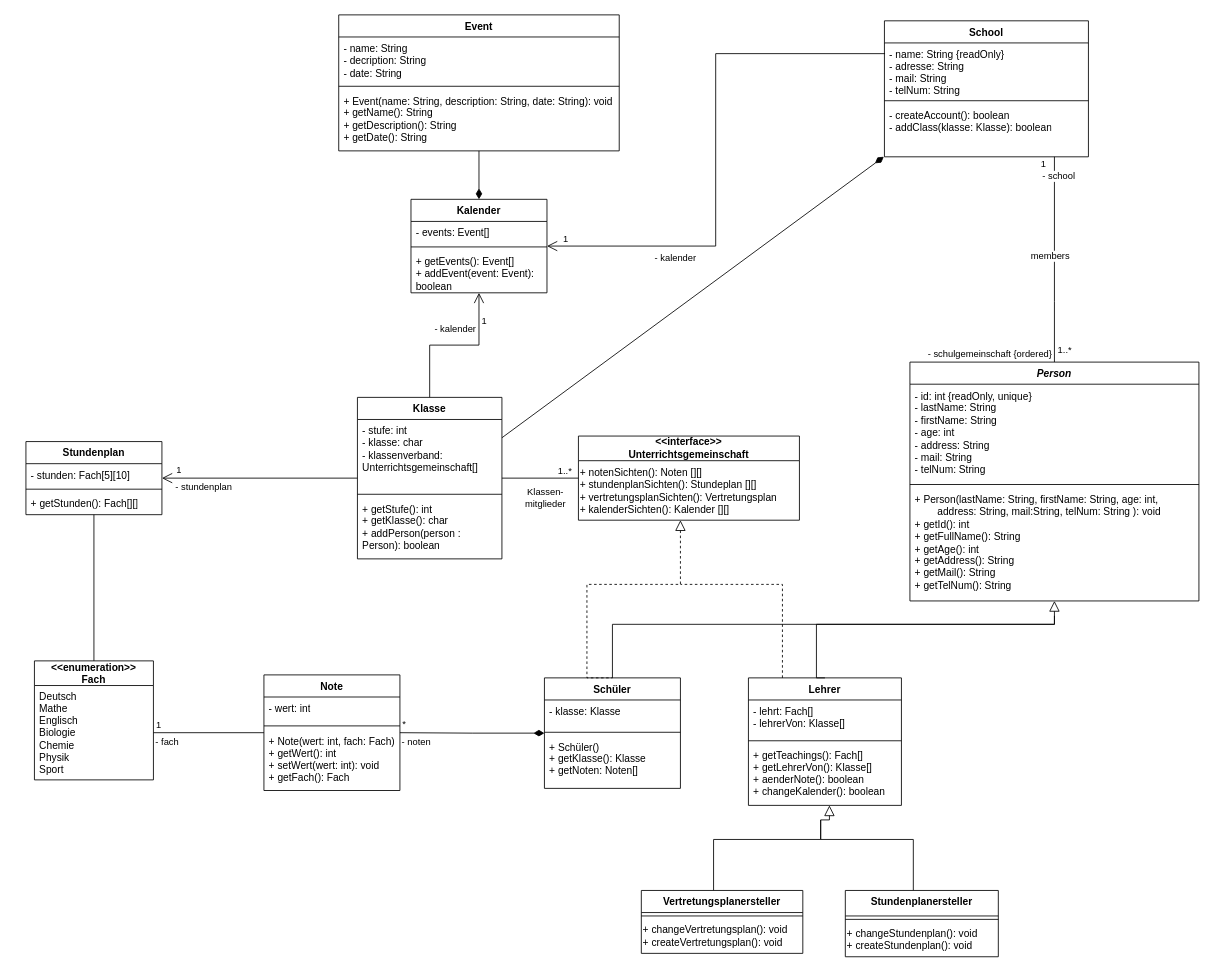
This is ClassDiagram.drawio from TrainFan1804/SchulverwaltungUML, a draw.io file, before an edit. Source tidied: cells renumbered, new cells numbered last; positions are measured from the earlier drawing's top-left corner, leaving out a move shared by most shapes. Both pictures are drawn from the tidied source at 85%, with x=0, y=0 at pixel (26, 14).
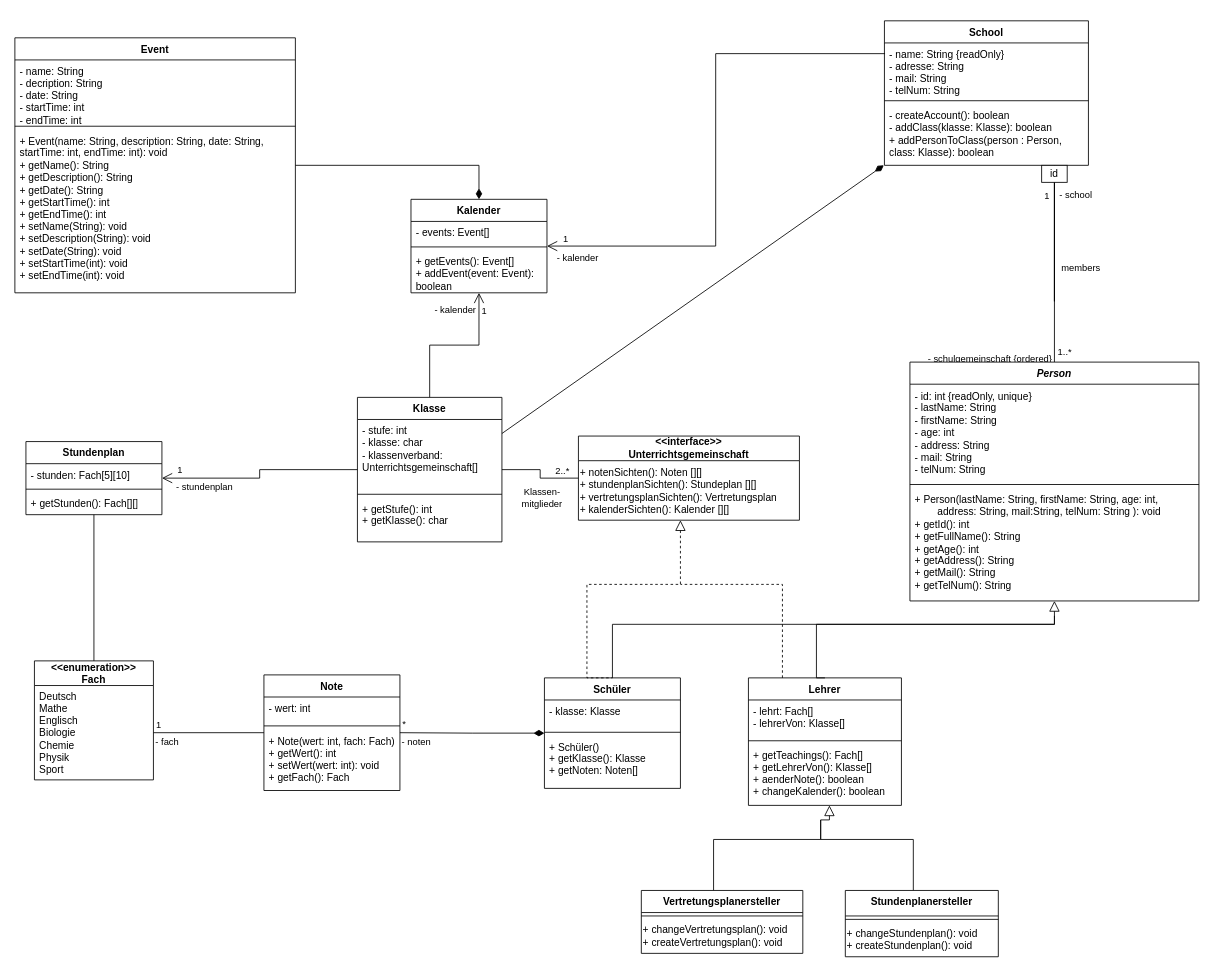
The same page after the edit.

Unchanged cells that the change refers to:
```xml
<mxCell id="29" style="edgeStyle=orthogonalEdgeStyle;rounded=0;jettySize=auto;html=1;entryX=1;entryY=0.5;entryDx=0;entryDy=0;endArrow=open;endFill=0;endSize=10;exitX=0.003;exitY=0.197;exitDx=0;exitDy=0;exitPerimeter=0;startSize=10;" parent="1" edge="1" source="40" target="53">
  <mxGeometry relative="1" as="geometry" />
</mxCell>
<mxCell id="43" style="edgeStyle=orthogonalEdgeStyle;rounded=0;jettySize=auto;html=1;entryX=0.5;entryY=1;entryDx=0;entryDy=0;endArrow=open;endFill=0;endSize=10;" parent="1" edge="1" source="49" target="53">
  <mxGeometry relative="1" as="geometry" />
</mxCell>
<mxCell id="64" value="&lt;i&gt;Person&lt;/i&gt;" style="swimlane;fontStyle=1;align=center;verticalAlign=top;horizontal=1;startSize=26;whiteSpace=wrap;html=1;" parent="1" vertex="1">
  <mxGeometry x="1040" y="408.5" width="340" height="281" as="geometry" />
</mxCell>
<mxCell id="71" style="edgeStyle=orthogonalEdgeStyle;rounded=0;jettySize=auto;html=1;entryX=1;entryY=0.5;entryDx=0;entryDy=0;endArrow=none;endFill=0;" parent="1" edge="1" source="74" target="49">
  <mxGeometry relative="1" as="geometry" />
</mxCell>
```

Change to the diagram source:
```diff
@@
     <mxCell id="31" value="- kalender" style="edgeLabel;html=1;align=center;verticalAlign=middle;" parent="29" vertex="1">
       <mxGeometry x="0.47" y="1" relative="1" as="geometry">
-        <mxPoint x="-15" y="12" as="offset" />
+        <mxPoint x="-130" y="12" as="offset" />
       </mxGeometry>
     </mxCell>
-    <mxCell id="32" style="edgeStyle=orthogonalEdgeStyle;rounded=0;jettySize=auto;html=1;entryX=0.5;entryY=0;entryDx=0;entryDy=0;strokeColor=default;align=center;verticalAlign=middle;fontFamily=Helvetica;fontSize=11;fontColor=default;labelBackgroundColor=default;endArrow=none;endFill=0;endSize=10;" parent="1" edge="1" source="39" target="64">
-      <mxGeometry relative="1" as="geometry">
-        <Array as="points">
-          <mxPoint x="1210" y="337" />
-        </Array>
-      </mxGeometry>
+    <mxCell id="32" style="edgeStyle=orthogonalEdgeStyle;rounded=0;jettySize=auto;html=1;entryX=0.5;entryY=0;entryDx=0;entryDy=0;strokeColor=default;align=center;verticalAlign=middle;fontFamily=Helvetica;fontSize=11;fontColor=default;labelBackgroundColor=default;endArrow=none;endFill=0;endSize=10;" parent="1" edge="1" source="82" target="64">
+      <mxGeometry relative="1" as="geometry" />
     </mxCell>
@@
-    <mxCell id="35" value="- school" style="edgeLabel;html=1;align=center;verticalAlign=middle;" parent="32" vertex="1">
-      <mxGeometry x="-0.88" y="-1" relative="1" as="geometry">
-        <mxPoint x="5" y="8" as="offset" />
-      </mxGeometry>
-    </mxCell>
-    <mxCell id="36" value="1" style="edgeLabel;html=1;align=center;verticalAlign=middle;" parent="32" vertex="1">
-      <mxGeometry x="-0.86" relative="1" as="geometry">
-        <mxPoint x="-14" y="-10" as="offset" />
-      </mxGeometry>
-    </mxCell>
     <mxCell id="37" value="members" style="edgeLabel;html=1;align=center;verticalAlign=middle;" parent="32" vertex="1">
       <mxGeometry x="0.04" relative="1" as="geometry">
-        <mxPoint x="-6" y="-10" as="offset" />
+        <mxPoint x="30" y="-10" as="offset" />
       </mxGeometry>
     </mxCell>
@@
     <mxCell id="39" value="School" style="swimlane;fontStyle=1;align=center;verticalAlign=top;horizontal=1;startSize=26;whiteSpace=wrap;html=1;" parent="1" vertex="1">
-      <mxGeometry x="1010" y="7" width="240" height="160" as="geometry" />
+      <mxGeometry x="1010" y="7" width="240" height="170" as="geometry" />
     </mxCell>
@@
-    <mxCell id="42" value="&lt;div&gt;&lt;span style=&quot;background-color: initial;&quot;&gt;- createAccount(): boolean&lt;/span&gt;&lt;br&gt;&lt;/div&gt;&lt;div&gt;- addClass(klasse: Klasse): boolean&lt;/div&gt;" style="text;strokeColor=none;fillColor=none;align=left;verticalAlign=top;spacingLeft=4;spacingRight=4;overflow=hidden;points=[[0,0.5],[1,0.5]];portConstraint=eastwest;whiteSpace=wrap;html=1;" parent="39" vertex="1">
-      <mxGeometry y="98" width="240" height="62" as="geometry" />
+    <mxCell id="42" value="&lt;div&gt;&lt;span style=&quot;background-color: initial;&quot;&gt;- createAccount(): boolean&lt;/span&gt;&lt;br&gt;&lt;/div&gt;&lt;div&gt;- addClass(klasse: Klasse): boolean&lt;/div&gt;&lt;div&gt;+&lt;span style=&quot;background-color: initial;&quot;&gt;&amp;nbsp;addPersonToClass(person : Person, class: Klasse): boolean&lt;/span&gt;&lt;/div&gt;" style="text;strokeColor=none;fillColor=none;align=left;verticalAlign=top;spacingLeft=4;spacingRight=4;overflow=hidden;points=[[0,0.5],[1,0.5]];portConstraint=eastwest;whiteSpace=wrap;html=1;" parent="39" vertex="1">
+      <mxGeometry y="98" width="240" height="72" as="geometry" />
     </mxCell>
@@
     <mxCell id="44" value="1" style="edgeLabel;html=1;align=center;verticalAlign=middle;fontFamily=Helvetica;fontSize=11;fontColor=default;labelBackgroundColor=default;" parent="43" vertex="1">
       <mxGeometry x="0.65" y="-1" relative="1" as="geometry">
-        <mxPoint x="4" as="offset" />
+        <mxPoint x="4" y="-12" as="offset" />
       </mxGeometry>
     </mxCell>
     <mxCell id="45" value="- kalender" style="edgeLabel;html=1;align=center;verticalAlign=middle;" parent="43" vertex="1">
       <mxGeometry x="0.32" y="1" relative="1" as="geometry">
-        <mxPoint x="-28" y="-18" as="offset" />
+        <mxPoint x="-28" y="-41" as="offset" />
       </mxGeometry>
     </mxCell>
@@
     <mxCell id="49" value="Klasse" style="swimlane;fontStyle=1;align=center;verticalAlign=top;horizontal=1;startSize=26;whiteSpace=wrap;html=1;" parent="1" vertex="1">
-      <mxGeometry x="390" y="450" width="170" height="190" as="geometry" />
+      <mxGeometry x="390" y="450" width="170" height="170" as="geometry" />
     </mxCell>
@@
-    <mxCell id="52" value="&lt;div&gt;+ getStufe(): int&lt;/div&gt;&lt;div&gt;+ getKlasse(): char&lt;br&gt;&lt;/div&gt;&lt;div&gt;+ addPerson(person : Person): boolean&lt;/div&gt;" style="text;strokeColor=none;fillColor=none;align=left;verticalAlign=top;spacingLeft=4;spacingRight=4;overflow=hidden;whiteSpace=wrap;html=1;" parent="49" vertex="1">
-      <mxGeometry y="118" width="170" height="72" as="geometry" />
+    <mxCell id="52" value="&lt;div&gt;+ getStufe(): int&lt;/div&gt;&lt;div&gt;+ getKlasse(): char&lt;br&gt;&lt;/div&gt;&lt;div&gt;&lt;br&gt;&lt;/div&gt;" style="text;strokeColor=none;fillColor=none;align=left;verticalAlign=top;spacingLeft=4;spacingRight=4;overflow=hidden;whiteSpace=wrap;html=1;" parent="49" vertex="1">
+      <mxGeometry y="118" width="170" height="52" as="geometry" />
     </mxCell>
@@
-    <mxCell id="72" value="1..*" style="edgeLabel;html=1;align=center;verticalAlign=middle;fontFamily=Helvetica;fontSize=11;fontColor=default;labelBackgroundColor=default;" parent="71" vertex="1">
+    <mxCell id="72" value="2..*" style="edgeLabel;html=1;align=center;verticalAlign=middle;fontFamily=Helvetica;fontSize=11;fontColor=default;labelBackgroundColor=default;" parent="71" vertex="1">
       <mxGeometry x="-0.41" y="2" relative="1" as="geometry">
         <mxPoint x="10" y="-11" as="offset" />
       </mxGeometry>
     </mxCell>
@@
     <mxCell id="77" value="&lt;div&gt;Event&lt;/div&gt;" style="swimlane;fontStyle=1;align=center;verticalAlign=top;horizontal=1;startSize=26;whiteSpace=wrap;html=1;" parent="1" vertex="1">
-      <mxGeometry x="368" width="330" height="160" as="geometry" />
+      <mxGeometry x="-13" y="27" width="330" height="300" as="geometry" />
     </mxCell>
-    <mxCell id="78" value="- name: String&lt;div&gt;- decription: String&lt;/div&gt;&lt;div&gt;- date: String&lt;/div&gt;" style="text;strokeColor=none;fillColor=none;align=left;verticalAlign=top;spacingLeft=4;spacingRight=4;overflow=hidden;whiteSpace=wrap;html=1;" parent="77" vertex="1">
-      <mxGeometry y="26" width="330" height="54" as="geometry" />
+    <mxCell id="78" value="- name: String&lt;div&gt;- decription: String&lt;/div&gt;&lt;div&gt;- date: String&lt;/div&gt;&lt;div&gt;- startTime: int&lt;/div&gt;&lt;div&gt;- endTime: int&lt;/div&gt;" style="text;strokeColor=none;fillColor=none;align=left;verticalAlign=top;spacingLeft=4;spacingRight=4;overflow=hidden;whiteSpace=wrap;html=1;" parent="77" vertex="1">
+      <mxGeometry y="26" width="330" height="74" as="geometry" />
     </mxCell>
     <mxCell id="79" style="line;strokeWidth=1;fillColor=none;align=left;verticalAlign=middle;spacingTop=-1;spacingLeft=3;spacingRight=3;labelPosition=right;strokeColor=inherit;" parent="77" vertex="1">
-      <mxGeometry y="80" width="330" height="8" as="geometry" />
+      <mxGeometry y="100" width="330" height="8" as="geometry" />
     </mxCell>
-    <mxCell id="80" value="&lt;div&gt;+ Event(name: String, description: String, date: String): void&lt;br&gt;&lt;/div&gt;&lt;div&gt;+ getName(): String&lt;/div&gt;&lt;div&gt;+ getDescription(): String&lt;/div&gt;&lt;div&gt;+ getDate(): String&lt;br&gt;&lt;/div&gt;" style="text;strokeColor=none;fillColor=none;align=left;verticalAlign=top;spacingLeft=4;spacingRight=4;overflow=hidden;whiteSpace=wrap;html=1;" parent="77" vertex="1">
-      <mxGeometry y="88" width="330" height="72" as="geometry" />
+    <mxCell id="80" value="&lt;div&gt;+ Event(name: String, description: String, date: String, startTime: int, endTime: int): void&lt;br&gt;&lt;/div&gt;&lt;div&gt;+ getName(): String&lt;/div&gt;&lt;div&gt;+ getDescription(): String&lt;/div&gt;&lt;div&gt;+ getDate(): String&lt;br&gt;&lt;/div&gt;&lt;div&gt;+ getStartTime(): int&lt;/div&gt;&lt;div&gt;+ getEndTime(): int&lt;/div&gt;&lt;div&gt;&lt;div&gt;+ setName(String):&amp;nbsp;&lt;span style=&quot;background-color: initial;&quot;&gt;void&lt;/span&gt;&lt;/div&gt;&lt;div&gt;+ setDescription(String):&amp;nbsp;&lt;span style=&quot;background-color: initial;&quot;&gt;void&lt;/span&gt;&lt;/div&gt;&lt;div&gt;+ setDate(String):&amp;nbsp;&lt;span style=&quot;background-color: initial;&quot;&gt;void&lt;/span&gt;&lt;br&gt;&lt;/div&gt;&lt;div&gt;+ setStartTime(int):&amp;nbsp;&lt;span style=&quot;background-color: initial;&quot;&gt;void&lt;/span&gt;&lt;/div&gt;&lt;div&gt;+ setEndTime(int): void&lt;/div&gt;&lt;/div&gt;" style="text;strokeColor=none;fillColor=none;align=left;verticalAlign=top;spacingLeft=4;spacingRight=4;overflow=hidden;whiteSpace=wrap;html=1;" parent="77" vertex="1">
+      <mxGeometry y="108" width="330" height="192" as="geometry" />
     </mxCell>
+    <mxCell id="81" style="edgeStyle=orthogonalEdgeStyle;rounded=0;jettySize=auto;html=1;entryX=0.5;entryY=0;entryDx=0;entryDy=0;strokeColor=default;align=center;verticalAlign=middle;fontFamily=Helvetica;fontSize=11;fontColor=default;labelBackgroundColor=default;endArrow=none;endFill=0;endSize=10;" parent="1" edge="1" source="39" target="82">
+      <mxGeometry relative="1" as="geometry">
+        <Array as="points">
+          <mxPoint x="1210" y="337" />
+        </Array>
+      </mxGeometry>
+    </mxCell>
+    <mxCell id="35" value="- school" style="edgeLabel;html=1;align=center;verticalAlign=middle;" parent="81" vertex="1">
+      <mxGeometry x="-0.88" y="-1" relative="1" as="geometry">
+        <mxPoint x="25" y="15" as="offset" />
+      </mxGeometry>
+    </mxCell>
+    <mxCell id="36" value="1" style="edgeLabel;html=1;align=center;verticalAlign=middle;" parent="81" vertex="1">
+      <mxGeometry x="-0.86" relative="1" as="geometry">
+        <mxPoint x="-10" y="13" as="offset" />
+      </mxGeometry>
+    </mxCell>
+    <mxCell id="82" value="id" style="rounded=0;whiteSpace=wrap;html=1;" parent="1" vertex="1">
+      <mxGeometry x="1195" y="177" width="30" height="20" as="geometry" />
+    </mxCell>
```
